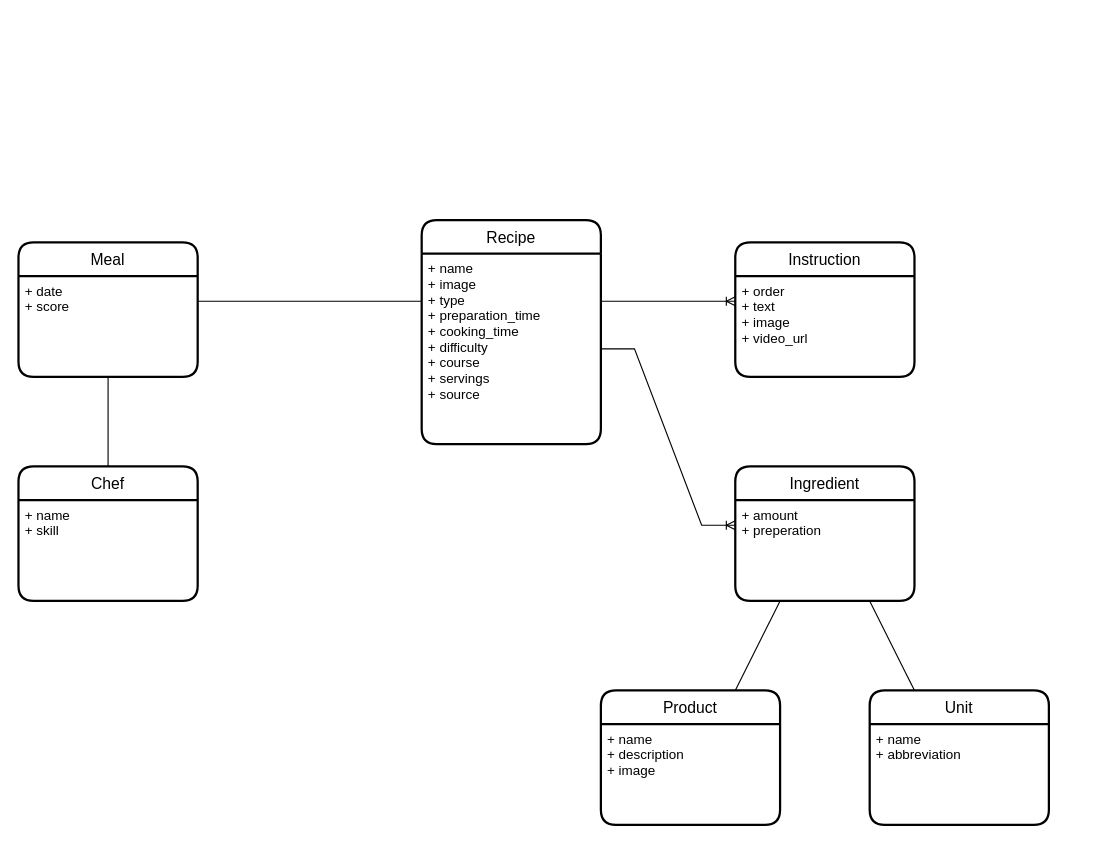
Above: doc/database.drawio in joppe/recipes (draw.io), before the change. Source tidied: cells renumbered, new cells numbered last; positions are measured from the earlier drawing's top-left corner, leaving out a move shared by most shapes. Both pictures are drawn from the tidied source at 112%, with x=0, y=0 at pixel (18, 220).
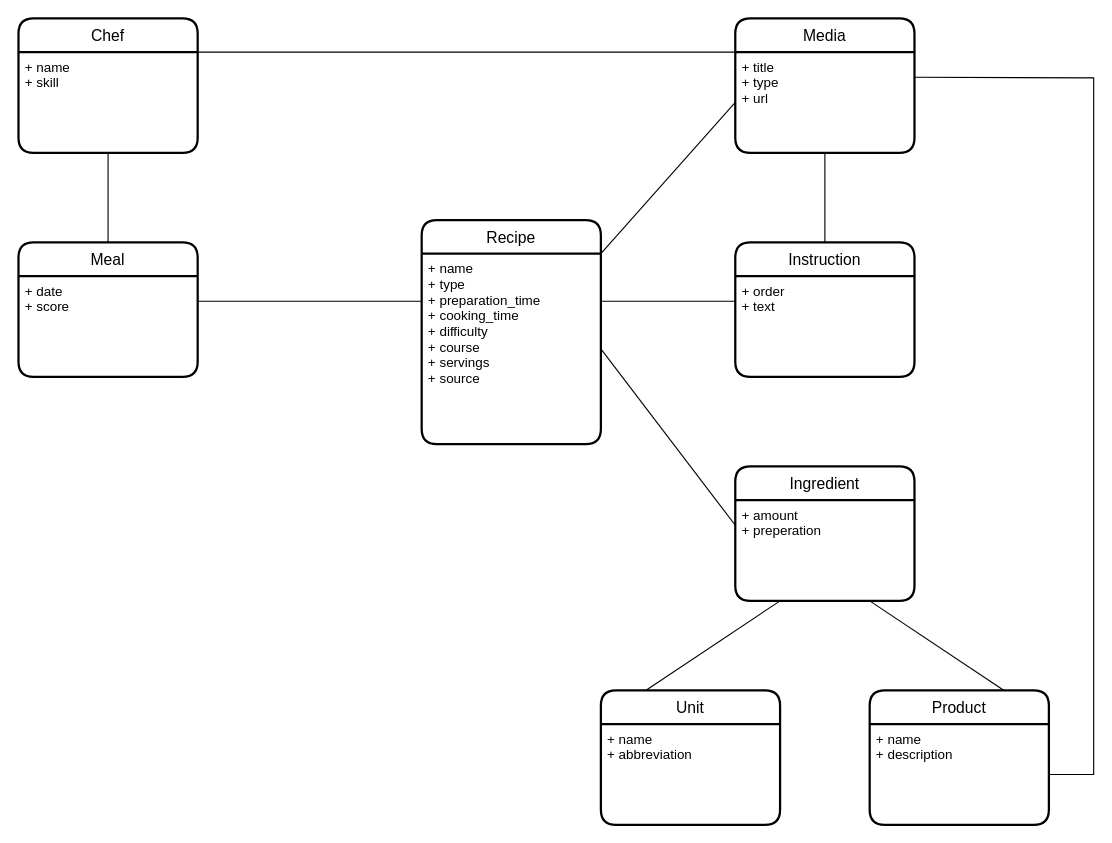
The same page after the edit.

Unchanged cells that the change refers to:
```xml
<mxCell id="2" value="Recipe" style="swimlane;horizontal=1;startSize=30;rounded=1;fontSize=14;fontStyle=0;strokeWidth=2;shadow=0;dashed=0;align=center;" parent="1" vertex="1">
  <mxGeometry x="360" width="160" height="200" as="geometry" />
</mxCell>
<mxCell id="4" value="Meal" style="swimlane;horizontal=1;startSize=30;rounded=1;fontSize=14;fontStyle=0;strokeWidth=2;shadow=0;dashed=0;align=center;" parent="1" vertex="1">
  <mxGeometry y="20" width="160" height="120" as="geometry" />
</mxCell>
<mxCell id="5" value="+ date&#10;+ score" style="align=left;strokeColor=none;fillColor=none;spacingLeft=4;fontSize=12;verticalAlign=top;" parent="4" vertex="1">
  <mxGeometry y="30" width="160" height="90" as="geometry" />
</mxCell>
<mxCell id="12" value="+ amount&#10;+ preperation" style="align=left;strokeColor=none;fillColor=none;spacingLeft=4;fontSize=12;verticalAlign=top;" parent="11" vertex="1">
  <mxGeometry y="30" width="160" height="90" as="geometry" />
</mxCell>
<mxCell id="13" value="Instruction" style="swimlane;horizontal=1;startSize=30;rounded=1;fontSize=14;fontStyle=0;strokeWidth=2;shadow=0;dashed=0;align=center;" parent="1" vertex="1">
  <mxGeometry x="640" y="20" width="160" height="120" as="geometry" />
</mxCell>
<mxCell id="20" value="+ name&#10;+ skill" style="align=left;strokeColor=none;fillColor=none;spacingLeft=4;fontSize=12;verticalAlign=top;" parent="19" vertex="1">
  <mxGeometry y="30" width="160" height="90" as="geometry" />
</mxCell>
```

The edit, as a diff of the source:
```diff
@@
-    <mxCell id="3" value="+ name&#10;+ image&#10;+ type&#10;+ preparation_time&#10;+ cooking_time&#10;+ difficulty&#10;+ course&#10;+ servings&#10;+ source" style="align=left;strokeColor=none;fillColor=none;spacingLeft=4;fontSize=12;verticalAlign=top;" parent="2" vertex="1">
+    <mxCell id="3" value="+ name&#10;+ type&#10;+ preparation_time&#10;+ cooking_time&#10;+ difficulty&#10;+ course&#10;+ servings&#10;+ source" style="align=left;strokeColor=none;fillColor=none;spacingLeft=4;fontSize=12;verticalAlign=top;" parent="2" vertex="1">
       <mxGeometry y="30" width="160" height="170" as="geometry" />
     </mxCell>
@@
     <mxCell id="7" value="Product" style="swimlane;horizontal=1;startSize=30;rounded=1;fontSize=14;fontStyle=0;strokeWidth=2;shadow=0;dashed=0;align=center;" parent="1" vertex="1">
-      <mxGeometry x="520" y="420" width="160" height="120" as="geometry" />
+      <mxGeometry x="760" y="420" width="160" height="120" as="geometry" />
     </mxCell>
-    <mxCell id="8" value="+ name&#10;+ description&#10;+ image" style="align=left;strokeColor=none;fillColor=none;spacingLeft=4;fontSize=12;verticalAlign=top;" parent="7" vertex="1">
+    <mxCell id="8" value="+ name&#10;+ description" style="align=left;strokeColor=none;fillColor=none;spacingLeft=4;fontSize=12;verticalAlign=top;" parent="7" vertex="1">
       <mxGeometry y="30" width="160" height="90" as="geometry" />
     </mxCell>
     <mxCell id="9" value="Unit" style="swimlane;horizontal=1;startSize=30;rounded=1;fontSize=14;fontStyle=0;strokeWidth=2;shadow=0;dashed=0;align=center;" parent="1" vertex="1">
-      <mxGeometry x="760" y="420" width="160" height="120" as="geometry" />
+      <mxGeometry x="520" y="420" width="160" height="120" as="geometry" />
     </mxCell>
@@
-    <mxCell id="14" value="+ order&#10;+ text&#10;+ image&#10;+ video_url" style="align=left;strokeColor=none;fillColor=none;spacingLeft=4;fontSize=12;verticalAlign=top;" parent="13" vertex="1">
+    <mxCell id="14" value="+ order&#10;+ text" style="align=left;strokeColor=none;fillColor=none;spacingLeft=4;fontSize=12;verticalAlign=top;" parent="13" vertex="1">
       <mxGeometry y="30" width="160" height="90" as="geometry" />
     </mxCell>
-    <mxCell id="15" style="edgeStyle=entityRelationEdgeStyle;fontSize=12;html=1;endArrow=ERoneToMany;rounded=0;exitX=1;exitY=0.25;exitDx=0;exitDy=0;entryX=0;entryY=0.25;entryDx=0;entryDy=0;" parent="1" edge="1" source="3" target="14">
-      <mxGeometry relative="1" as="geometry" />
-    </mxCell>
-    <mxCell id="16" style="edgeStyle=entityRelationEdgeStyle;fontSize=12;html=1;endArrow=ERoneToMany;rounded=0;exitX=1;exitY=0.5;exitDx=0;exitDy=0;entryX=0;entryY=0.25;entryDx=0;entryDy=0;" parent="1" edge="1" source="3" target="12">
-      <mxGeometry relative="1" as="geometry" />
-    </mxCell>
-    <mxCell id="17" style="endArrow=none;html=1;rounded=0;entryX=0.25;entryY=1;entryDx=0;entryDy=0;exitX=0.75;exitY=0;exitDx=0;exitDy=0;" parent="1" edge="1" source="7" target="12">
+    <mxCell id="17" style="endArrow=none;html=1;rounded=0;entryX=0.75;entryY=1;entryDx=0;entryDy=0;exitX=0.75;exitY=0;exitDx=0;exitDy=0;" parent="1" edge="1" source="7" target="12">
       <mxGeometry relative="1" as="geometry" />
     </mxCell>
-    <mxCell id="18" style="endArrow=none;html=1;rounded=0;entryX=0.75;entryY=1;entryDx=0;entryDy=0;exitX=0.25;exitY=0;exitDx=0;exitDy=0;" parent="1" edge="1" source="9" target="12">
+    <mxCell id="18" style="endArrow=none;html=1;rounded=0;exitX=0.25;exitY=0;exitDx=0;exitDy=0;entryX=0.25;entryY=1;entryDx=0;entryDy=0;" parent="1" edge="1" source="9" target="12">
       <mxGeometry relative="1" as="geometry" />
     </mxCell>
     <mxCell id="19" value="Chef" style="swimlane;horizontal=1;startSize=30;rounded=1;fontSize=14;fontStyle=0;strokeWidth=2;shadow=0;dashed=0;align=center;" parent="1" vertex="1">
-      <mxGeometry y="220" width="160" height="120" as="geometry" />
+      <mxGeometry y="-180" width="160" height="120" as="geometry" />
     </mxCell>
@@
-    <mxCell id="21" style="endArrow=none;html=1;rounded=0;exitX=0.5;exitY=1;exitDx=0;exitDy=0;entryX=0.5;entryY=0;entryDx=0;entryDy=0;" parent="1" edge="1" source="5" target="19">
-      <mxGeometry relative="1" as="geometry" />
+    <mxCell id="21" style="endArrow=none;html=1;rounded=0;exitX=0.5;exitY=0;exitDx=0;exitDy=0;" parent="1" edge="1" source="4">
+      <mxGeometry relative="1" as="geometry">
+        <mxPoint x="80" y="-60" as="targetPoint" />
+      </mxGeometry>
     </mxCell>
+    <mxCell id="22" value="Media" style="swimlane;horizontal=1;startSize=30;rounded=1;fontSize=14;fontStyle=0;strokeWidth=2;shadow=0;dashed=0;align=center;" parent="1" vertex="1">
+      <mxGeometry x="640" y="-180" width="160" height="120" as="geometry" />
+    </mxCell>
+    <mxCell id="23" value="+ title&#10;+ type&#10;+ url" style="align=left;strokeColor=none;fillColor=none;spacingLeft=4;fontSize=12;verticalAlign=top;" parent="22" vertex="1">
+      <mxGeometry y="30" width="160" height="90" as="geometry" />
+    </mxCell>
+    <mxCell id="24" style="endArrow=none;html=1;rounded=0;entryX=0.5;entryY=1;entryDx=0;entryDy=0;exitX=0.5;exitY=0;exitDx=0;exitDy=0;" parent="1" edge="1" source="13" target="23">
+      <mxGeometry relative="1" as="geometry" />
+    </mxCell>
+    <mxCell id="25" style="endArrow=none;html=1;rounded=0;entryX=0;entryY=0.5;entryDx=0;entryDy=0;exitX=1;exitY=0;exitDx=0;exitDy=0;" parent="1" edge="1" source="3" target="23">
+      <mxGeometry relative="1" as="geometry" />
+    </mxCell>
+    <mxCell id="15" style="endArrow=none;html=1;rounded=0;entryX=0;entryY=0.25;entryDx=0;entryDy=0;exitX=1;exitY=0.25;exitDx=0;exitDy=0;" parent="1" edge="1" source="3" target="14">
+      <mxGeometry relative="1" as="geometry" />
+    </mxCell>
+    <mxCell id="16" style="endArrow=none;html=1;rounded=0;entryX=0;entryY=0.25;entryDx=0;entryDy=0;exitX=1;exitY=0.5;exitDx=0;exitDy=0;" parent="1" edge="1" source="3" target="12">
+      <mxGeometry relative="1" as="geometry" />
+    </mxCell>
+    <mxCell id="26" style="endArrow=none;html=1;rounded=0;exitX=1;exitY=0.5;exitDx=0;exitDy=0;entryX=1;entryY=0.25;entryDx=0;entryDy=0;" parent="1" edge="1" source="8" target="23">
+      <mxGeometry relative="1" as="geometry">
+        <Array as="points">
+          <mxPoint x="960" y="495" />
+          <mxPoint x="960" y="-127" />
+        </Array>
+      </mxGeometry>
+    </mxCell>
+    <mxCell id="27" style="endArrow=none;html=1;rounded=0;exitX=1;exitY=0;exitDx=0;exitDy=0;entryX=0;entryY=0;entryDx=0;entryDy=0;" parent="1" edge="1" source="20" target="23">
+      <mxGeometry relative="1" as="geometry" />
+    </mxCell>
```
